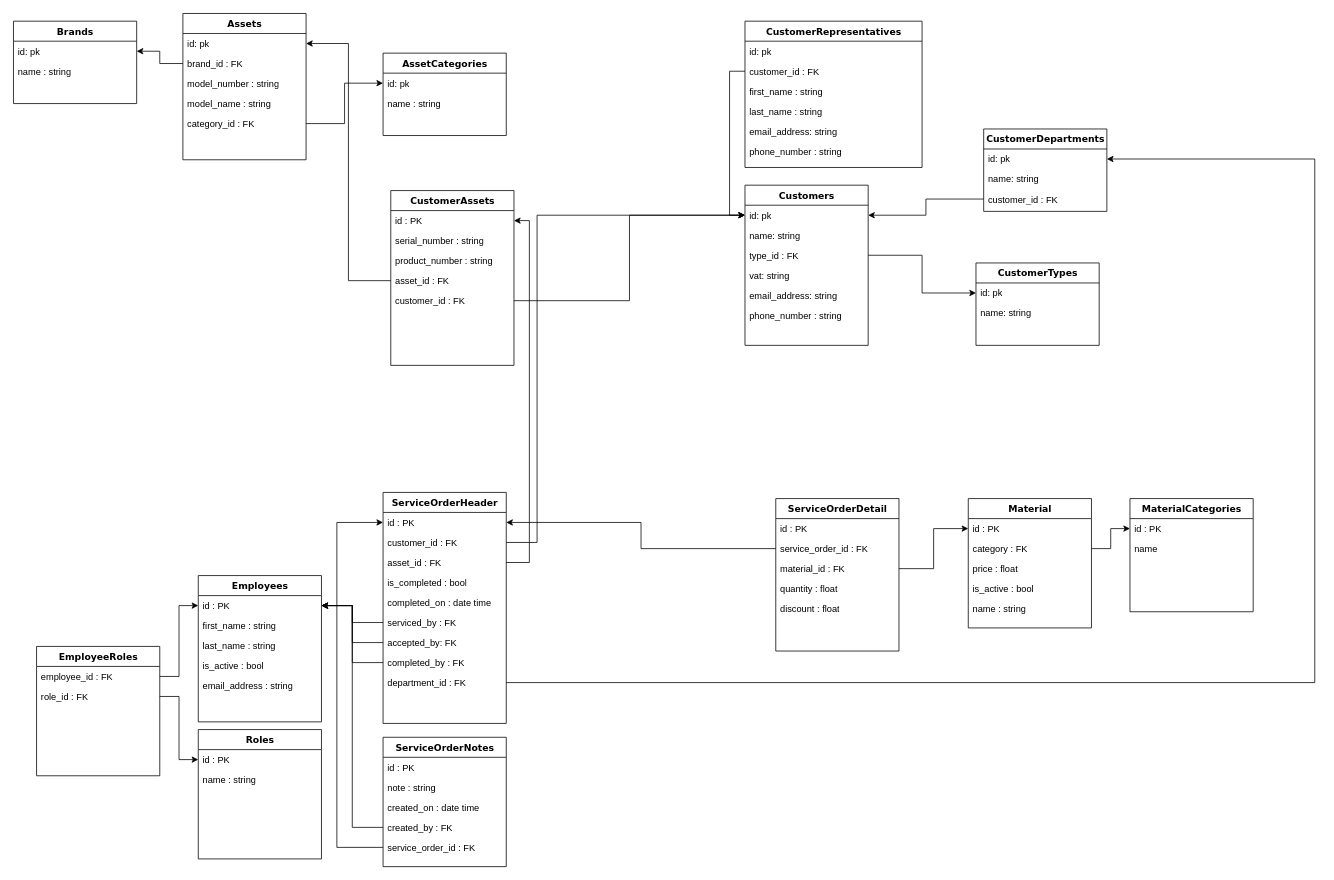
Above: db_diagram.drawio in svetlinst/Service-manager (draw.io), before the change. Source tidied: cells renumbered, new cells numbered last; positions are measured from the earlier drawing's top-left corner, leaving out a move shared by most shapes. Both pictures are drawn from the tidied source at 77%, with x=0, y=0 at pixel (13, 13).
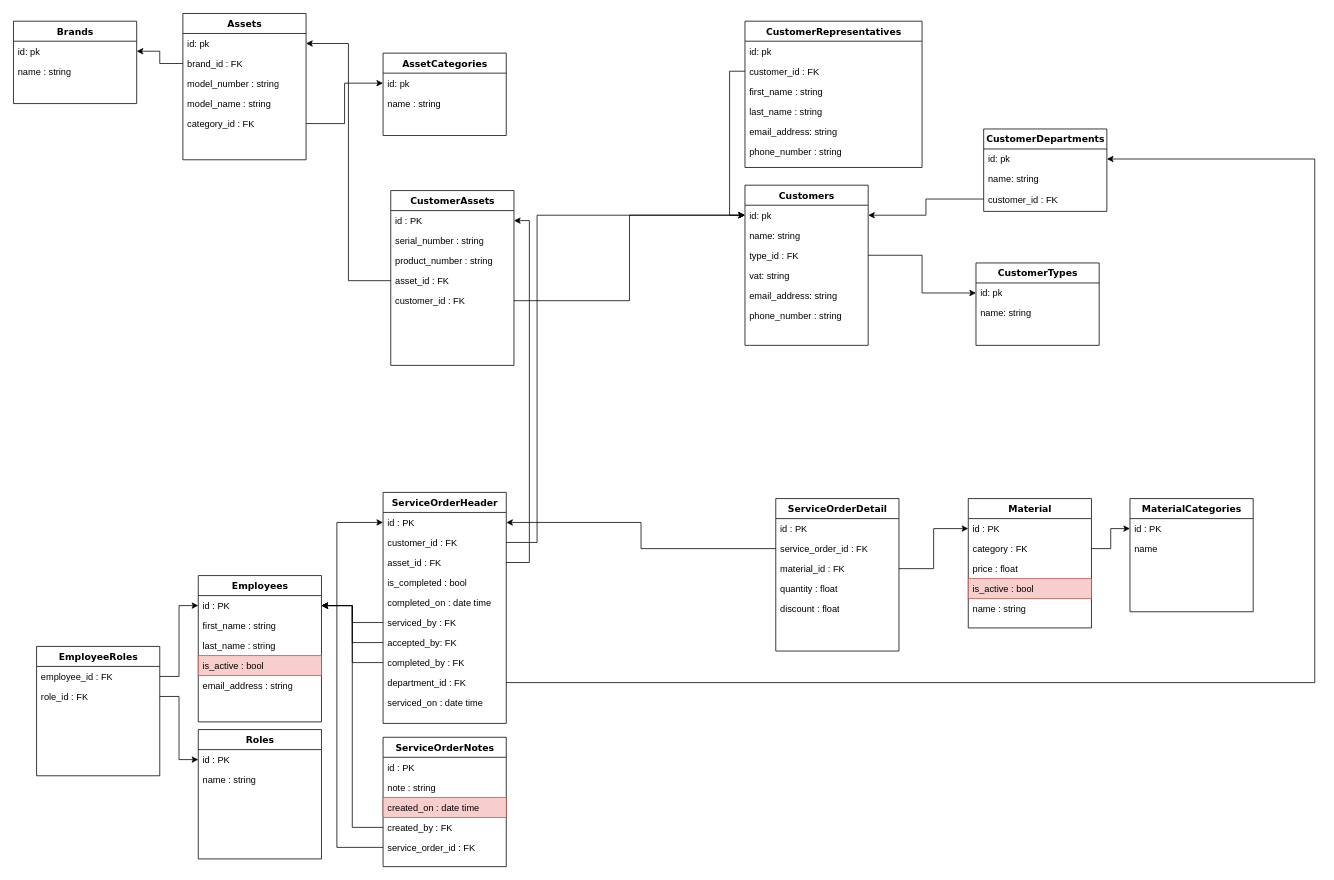
The same diagram, later.

Unchanged cells that the change refers to:
```xml
<mxCell id="18" value="ServiceOrderHeader" style="swimlane;html=1;fontStyle=1;align=center;verticalAlign=top;horizontal=1;startSize=26;swimlaneFillColor=#ffffff;rounded=0;shadow=0;comic=0;labelBackgroundColor=none;strokeWidth=1;fillColor=none;fontFamily=Verdana;fontSize=12;" parent="1" vertex="1">
  <mxGeometry x="480" y="622" width="160" height="300" as="geometry" />
</mxCell>
<mxCell id="34" value="Material" style="swimlane;html=1;fontStyle=1;align=center;verticalAlign=top;horizontal=1;startSize=26;swimlaneFillColor=#ffffff;rounded=0;shadow=0;comic=0;labelBackgroundColor=none;strokeWidth=1;fillColor=none;fontFamily=Verdana;fontSize=12;" parent="1" vertex="1">
  <mxGeometry x="1240" y="630" width="160" height="168" as="geometry" />
</mxCell>
<mxCell id="62" value="Employees" style="swimlane;html=1;fontStyle=1;align=center;verticalAlign=top;horizontal=1;startSize=26;swimlaneFillColor=#ffffff;rounded=0;shadow=0;comic=0;labelBackgroundColor=none;strokeWidth=1;fillColor=none;fontFamily=Verdana;fontSize=12;" parent="1" vertex="1">
  <mxGeometry x="240" y="730" width="160" height="190" as="geometry" />
</mxCell>
<mxCell id="74" value="ServiceOrderNotes" style="swimlane;html=1;fontStyle=1;align=center;verticalAlign=top;horizontal=1;startSize=26;swimlaneFillColor=#ffffff;rounded=0;shadow=0;comic=0;labelBackgroundColor=none;strokeWidth=1;fillColor=none;fontFamily=Verdana;fontSize=12;" parent="1" vertex="1">
  <mxGeometry x="480" y="940" width="160" height="168" as="geometry" />
</mxCell>
```

The edit, as a diff of the source:
```diff
@@
+    <mxCell id="104" value="serviced_on : date time" style="text;html=1;strokeColor=none;fillColor=none;align=left;verticalAlign=top;spacingLeft=4;spacingRight=4;whiteSpace=wrap;overflow=hidden;" parent="18" vertex="1">
+      <mxGeometry y="260" width="160" height="26" as="geometry" />
+    </mxCell>
@@
-    <mxCell id="38" value="is_active : bool" style="text;html=1;strokeColor=none;fillColor=none;align=left;verticalAlign=top;spacingLeft=4;spacingRight=4;whiteSpace=wrap;overflow=hidden;" parent="34" vertex="1">
+    <mxCell id="38" value="is_active : bool" style="text;html=1;strokeColor=#b85450;fillColor=#f8cecc;align=left;verticalAlign=top;spacingLeft=4;spacingRight=4;whiteSpace=wrap;overflow=hidden;" parent="34" vertex="1">
       <mxGeometry y="104" width="160" height="26" as="geometry" />
     </mxCell>
@@
-    <mxCell id="66" value="is_active : bool" style="text;html=1;strokeColor=none;fillColor=none;align=left;verticalAlign=top;spacingLeft=4;spacingRight=4;whiteSpace=wrap;overflow=hidden;" parent="62" vertex="1">
+    <mxCell id="66" value="is_active : bool" style="text;html=1;strokeColor=#b85450;fillColor=#f8cecc;align=left;verticalAlign=top;spacingLeft=4;spacingRight=4;whiteSpace=wrap;overflow=hidden;" parent="62" vertex="1">
       <mxGeometry y="104" width="160" height="26" as="geometry" />
     </mxCell>
@@
-    <mxCell id="77" value="created_on : date time" style="text;html=1;strokeColor=none;fillColor=none;align=left;verticalAlign=top;spacingLeft=4;spacingRight=4;whiteSpace=wrap;overflow=hidden;" parent="74" vertex="1">
+    <mxCell id="77" value="created_on : date time" style="text;html=1;strokeColor=#b85450;fillColor=#f8cecc;align=left;verticalAlign=top;spacingLeft=4;spacingRight=4;whiteSpace=wrap;overflow=hidden;" parent="74" vertex="1">
       <mxGeometry y="78" width="160" height="26" as="geometry" />
     </mxCell>
```
